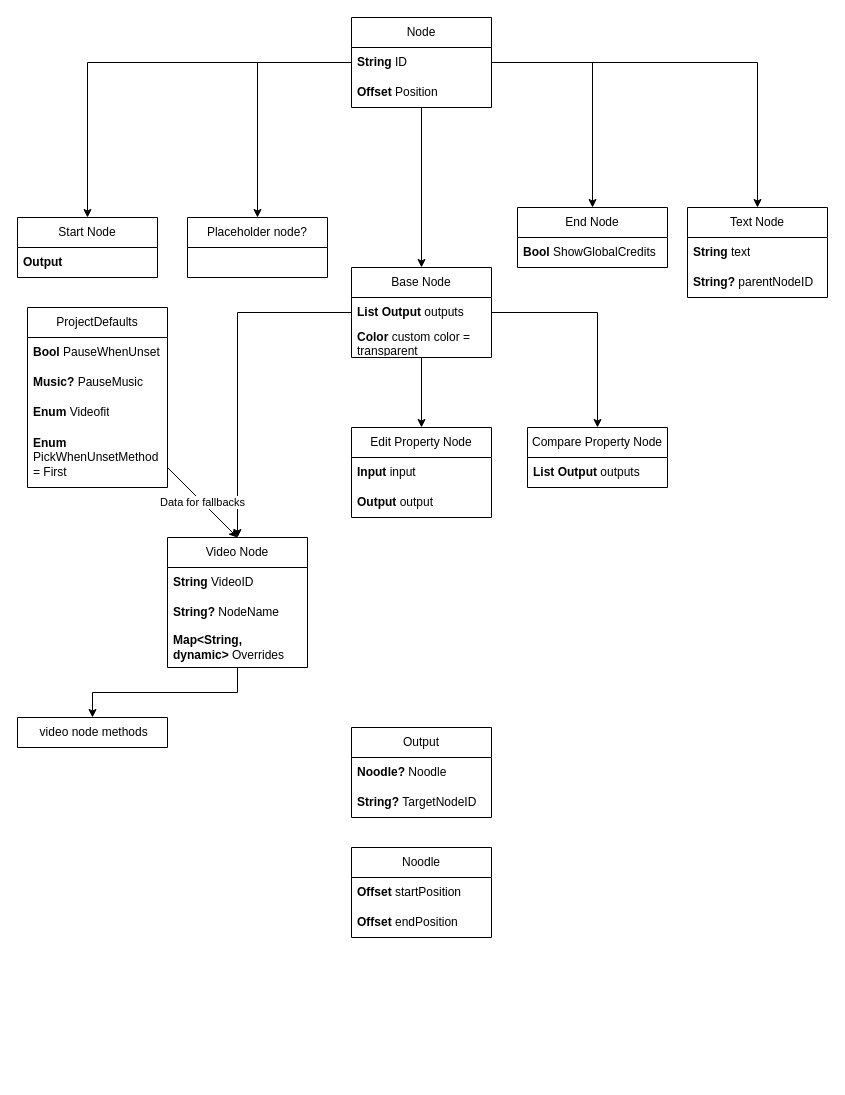
Above: page "Nodes" (6 of 7) of Nutria FMV.drawio in k-pasta/Nutria_FMV_Maker (draw.io), before the change. Source tidied: cells renumbered, new cells numbered last; positions are measured from the earlier drawing's top-left corner, leaving out a move shared by most shapes. Both pictures are drawn from the tidied source at 100%, with x=0, y=0 at pixel (17, 17).
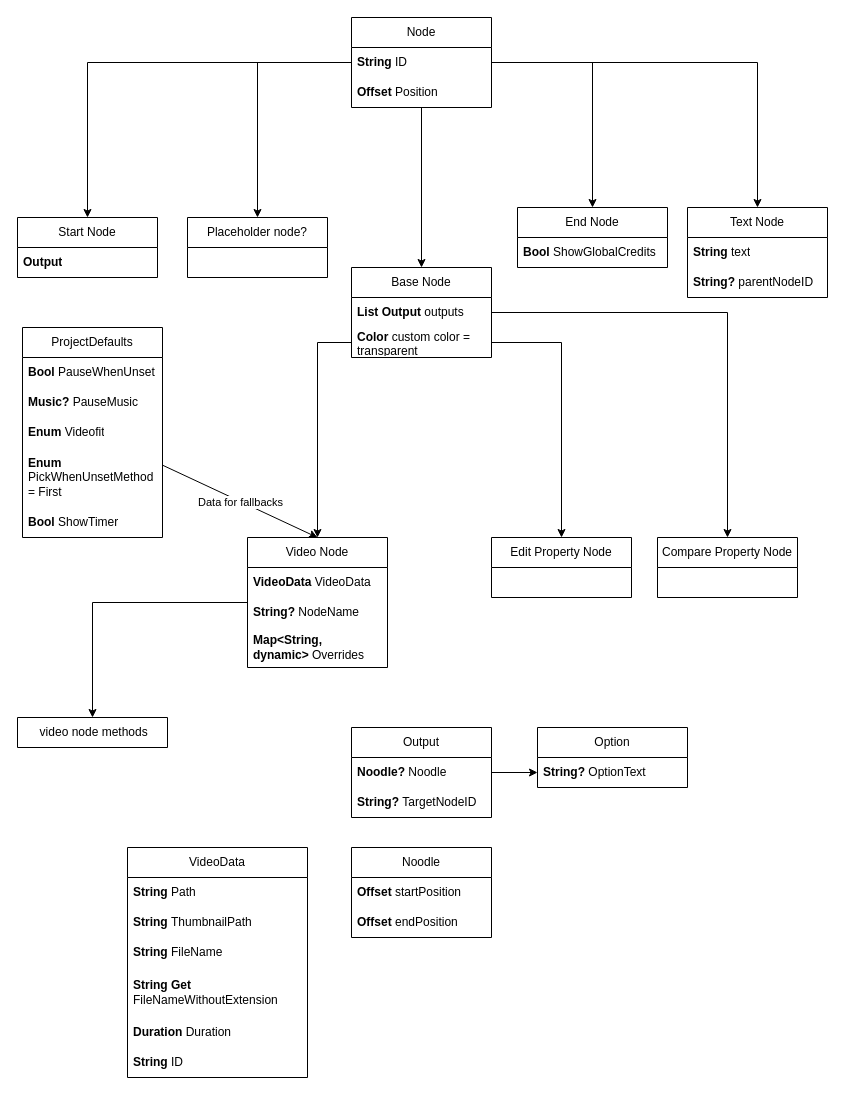
Above is the later version.

Unchanged cells that the change refers to:
```xml
<mxCell id="10" value="Base Node" style="swimlane;fontStyle=0;horizontal=1;startSize=30;whiteSpace=wrap;html=1;" parent="1" vertex="1">
  <mxGeometry x="334" y="250" width="140" height="90" as="geometry" />
</mxCell>
<mxCell id="12" value="&lt;b&gt;Color &lt;/b&gt;custom color = transparent" style="text;strokeColor=none;fillColor=none;align=left;verticalAlign=middle;spacingLeft=4;spacingRight=4;overflow=hidden;points=[[0,0.5],[1,0.5]];portConstraint=eastwest;whiteSpace=wrap;html=1;" parent="10" vertex="1">
  <mxGeometry y="60" width="140" height="30" as="geometry" />
</mxCell>
<mxCell id="33" value="&lt;b&gt;Noodle?&amp;nbsp;&lt;/b&gt;Noodle" style="text;strokeColor=none;fillColor=none;align=left;verticalAlign=middle;spacingLeft=4;spacingRight=4;overflow=hidden;points=[[0,0.5],[1,0.5]];portConstraint=eastwest;whiteSpace=wrap;html=1;" parent="32" vertex="1">
  <mxGeometry y="30" width="140" height="30" as="geometry" />
</mxCell>
```

The edit, as a diff of the source:
```diff
@@
-    <mxCell id="7" style="edgeStyle=orthogonalEdgeStyle;rounded=0;jettySize=auto;html=1;entryX=0.5;entryY=0;entryDx=0;entryDy=0;" parent="1" edge="1" source="10" target="16">
-      <mxGeometry relative="1" as="geometry" />
-    </mxCell>
-    <mxCell id="8" style="edgeStyle=orthogonalEdgeStyle;rounded=0;jettySize=auto;html=1;entryX=0.5;entryY=0;entryDx=0;entryDy=0;" parent="1" edge="1" source="10" target="20">
-      <mxGeometry relative="1" as="geometry" />
-    </mxCell>
@@
     <mxCell id="16" value="Video Node" style="swimlane;fontStyle=0;horizontal=1;startSize=30;whiteSpace=wrap;html=1;" parent="1" vertex="1">
-      <mxGeometry x="150" y="520" width="140" height="130" as="geometry" />
+      <mxGeometry x="230" y="520" width="140" height="130" as="geometry" />
     </mxCell>
-    <mxCell id="17" value="&lt;b&gt;String &lt;/b&gt;VideoID" style="text;strokeColor=none;fillColor=none;align=left;verticalAlign=middle;spacingLeft=4;spacingRight=4;overflow=hidden;whiteSpace=wrap;html=1;" parent="16" vertex="1">
+    <mxCell id="17" value="&lt;b&gt;VideoData&amp;nbsp;&lt;/b&gt;VideoData" style="text;strokeColor=none;fillColor=none;align=left;verticalAlign=middle;spacingLeft=4;spacingRight=4;overflow=hidden;whiteSpace=wrap;html=1;" parent="16" vertex="1">
       <mxGeometry y="30" width="140" height="30" as="geometry" />
     </mxCell>
@@
     <mxCell id="20" value="Edit Property Node" style="swimlane;fontStyle=0;horizontal=1;startSize=30;whiteSpace=wrap;html=1;" parent="1" vertex="1">
-      <mxGeometry x="334" y="410" width="140" height="90" as="geometry" />
+      <mxGeometry x="474" y="520" width="140" height="60" as="geometry" />
     </mxCell>
-    <mxCell id="21" value="&lt;b&gt;Input &lt;/b&gt;input" style="text;strokeColor=none;fillColor=none;align=left;verticalAlign=middle;spacingLeft=4;spacingRight=4;overflow=hidden;whiteSpace=wrap;html=1;" parent="20" vertex="1">
-      <mxGeometry y="30" width="140" height="30" as="geometry" />
-    </mxCell>
-    <mxCell id="22" value="&lt;b&gt;Output &lt;/b&gt;output" style="text;strokeColor=none;fillColor=none;align=left;verticalAlign=middle;spacingLeft=4;spacingRight=4;overflow=hidden;whiteSpace=wrap;html=1;" parent="20" vertex="1">
-      <mxGeometry y="60" width="140" height="30" as="geometry" />
-    </mxCell>
     <mxCell id="23" value="Compare Property Node" style="swimlane;fontStyle=0;horizontal=1;startSize=30;whiteSpace=wrap;html=1;" parent="1" vertex="1">
-      <mxGeometry x="510" y="410" width="140" height="60" as="geometry" />
+      <mxGeometry x="640" y="520" width="140" height="60" as="geometry" />
     </mxCell>
-    <mxCell id="24" value="&lt;b&gt;List Output &lt;/b&gt;outputs" style="text;strokeColor=none;fillColor=none;align=left;verticalAlign=middle;spacingLeft=4;spacingRight=4;overflow=hidden;whiteSpace=wrap;html=1;" parent="23" vertex="1">
-      <mxGeometry y="30" width="140" height="30" as="geometry" />
-    </mxCell>
@@
     <mxCell id="40" value="ProjectDefaults" style="swimlane;fontStyle=0;horizontal=1;startSize=30;whiteSpace=wrap;html=1;" parent="1" vertex="1">
-      <mxGeometry x="10" y="290" width="140" height="180" as="geometry" />
+      <mxGeometry x="5" y="310" width="140" height="210" as="geometry" />
     </mxCell>
@@
+    <mxCell id="48" value="&lt;b&gt;Bool&amp;nbsp;&lt;/b&gt;ShowTimer" style="text;strokeColor=none;fillColor=none;align=left;verticalAlign=middle;spacingLeft=4;spacingRight=4;overflow=hidden;whiteSpace=wrap;html=1;" parent="40" vertex="1">
+      <mxGeometry y="180" width="140" height="30" as="geometry" />
+    </mxCell>
@@
+    <mxCell id="49" style="edgeStyle=orthogonalEdgeStyle;rounded=0;jettySize=auto;html=1;entryX=0.5;entryY=0;entryDx=0;entryDy=0;" parent="1" edge="1" source="12" target="20">
+      <mxGeometry relative="1" as="geometry" />
+    </mxCell>
+    <mxCell id="50" style="edgeStyle=orthogonalEdgeStyle;rounded=0;jettySize=auto;html=1;entryX=0.5;entryY=0;entryDx=0;entryDy=0;" parent="1" edge="1" source="12" target="16">
+      <mxGeometry relative="1" as="geometry" />
+    </mxCell>
+    <mxCell id="51" value="Option" style="swimlane;fontStyle=0;horizontal=1;startSize=30;whiteSpace=wrap;html=1;" parent="1" vertex="1">
+      <mxGeometry x="520" y="710" width="150" height="60" as="geometry" />
+    </mxCell>
+    <mxCell id="52" value="&lt;b&gt;String?&amp;nbsp;&lt;/b&gt;OptionText" style="text;strokeColor=none;fillColor=none;align=left;verticalAlign=middle;spacingLeft=4;spacingRight=4;overflow=hidden;points=[[0,0.5],[1,0.5]];portConstraint=eastwest;whiteSpace=wrap;html=1;" parent="51" vertex="1">
+      <mxGeometry y="30" width="150" height="30" as="geometry" />
+    </mxCell>
+    <mxCell id="53" style="edgeStyle=orthogonalEdgeStyle;rounded=0;jettySize=auto;html=1;exitX=1;exitY=0.5;exitDx=0;exitDy=0;entryX=0;entryY=0.5;entryDx=0;entryDy=0;" parent="1" edge="1" source="33" target="52">
+      <mxGeometry relative="1" as="geometry" />
+    </mxCell>
+    <mxCell id="54" value="VideoData" style="swimlane;fontStyle=0;horizontal=1;startSize=30;whiteSpace=wrap;html=1;" parent="1" vertex="1">
+      <mxGeometry x="110" y="830" width="180" height="230" as="geometry" />
+    </mxCell>
+    <mxCell id="55" value="&lt;b&gt;String&amp;nbsp;&lt;/b&gt;Path" style="text;strokeColor=none;fillColor=none;align=left;verticalAlign=middle;spacingLeft=4;spacingRight=4;overflow=hidden;whiteSpace=wrap;html=1;" parent="54" vertex="1">
+      <mxGeometry y="30" width="180" height="30" as="geometry" />
+    </mxCell>
+    <mxCell id="56" value="&lt;b&gt;String &lt;/b&gt;ThumbnailPath" style="text;strokeColor=none;fillColor=none;align=left;verticalAlign=middle;spacingLeft=4;spacingRight=4;overflow=hidden;whiteSpace=wrap;html=1;" parent="54" vertex="1">
+      <mxGeometry y="60" width="180" height="30" as="geometry" />
+    </mxCell>
+    <mxCell id="57" value="&lt;b&gt;String &lt;/b&gt;FileName" style="text;strokeColor=none;fillColor=none;align=left;verticalAlign=middle;spacingLeft=4;spacingRight=4;overflow=hidden;whiteSpace=wrap;html=1;" parent="54" vertex="1">
+      <mxGeometry y="90" width="180" height="30" as="geometry" />
+    </mxCell>
+    <mxCell id="58" value="&lt;b&gt;String Get&lt;/b&gt;&lt;div&gt;FileNameWithoutExtension&lt;/div&gt;" style="text;strokeColor=none;fillColor=none;align=left;verticalAlign=middle;spacingLeft=4;spacingRight=4;overflow=hidden;whiteSpace=wrap;html=1;" parent="54" vertex="1">
+      <mxGeometry y="120" width="180" height="50" as="geometry" />
+    </mxCell>
+    <mxCell id="59" value="&lt;b&gt;Duration &lt;/b&gt;Duration" style="text;strokeColor=none;fillColor=none;align=left;verticalAlign=middle;spacingLeft=4;spacingRight=4;overflow=hidden;whiteSpace=wrap;html=1;" parent="54" vertex="1">
+      <mxGeometry y="170" width="180" height="30" as="geometry" />
+    </mxCell>
+    <mxCell id="60" value="&lt;b&gt;String &lt;/b&gt;ID" style="text;strokeColor=none;fillColor=none;align=left;verticalAlign=middle;spacingLeft=4;spacingRight=4;overflow=hidden;whiteSpace=wrap;html=1;" parent="54" vertex="1">
+      <mxGeometry y="200" width="180" height="30" as="geometry" />
+    </mxCell>
```
